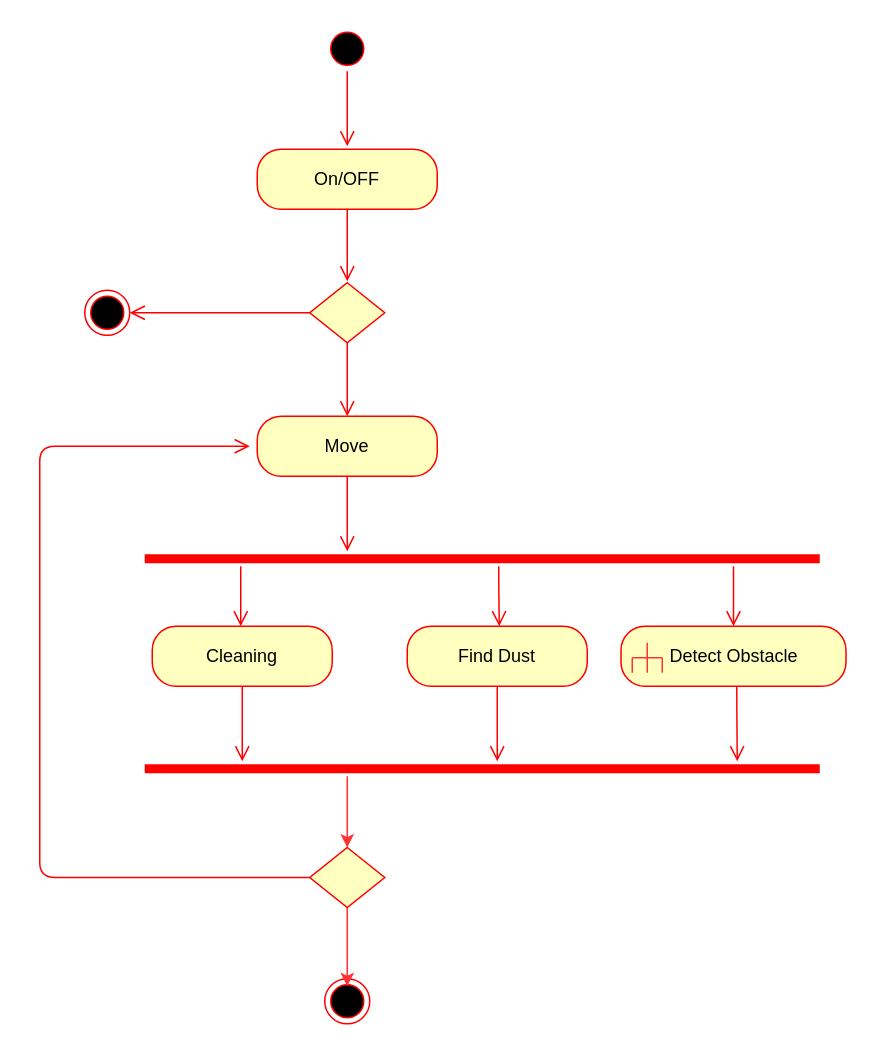
This is Diagrams/UML/Activity_main.drawio from kkchaudhary11/SmarCleaning, a draw.io file, before an edit. Source tidied: cells renumbered, new cells numbered last; positions are measured from the earlier drawing's top-left corner, leaving out a move shared by most shapes. Both pictures are drawn from the tidied source at 150%, with x=0, y=0 at pixel (39, 26).
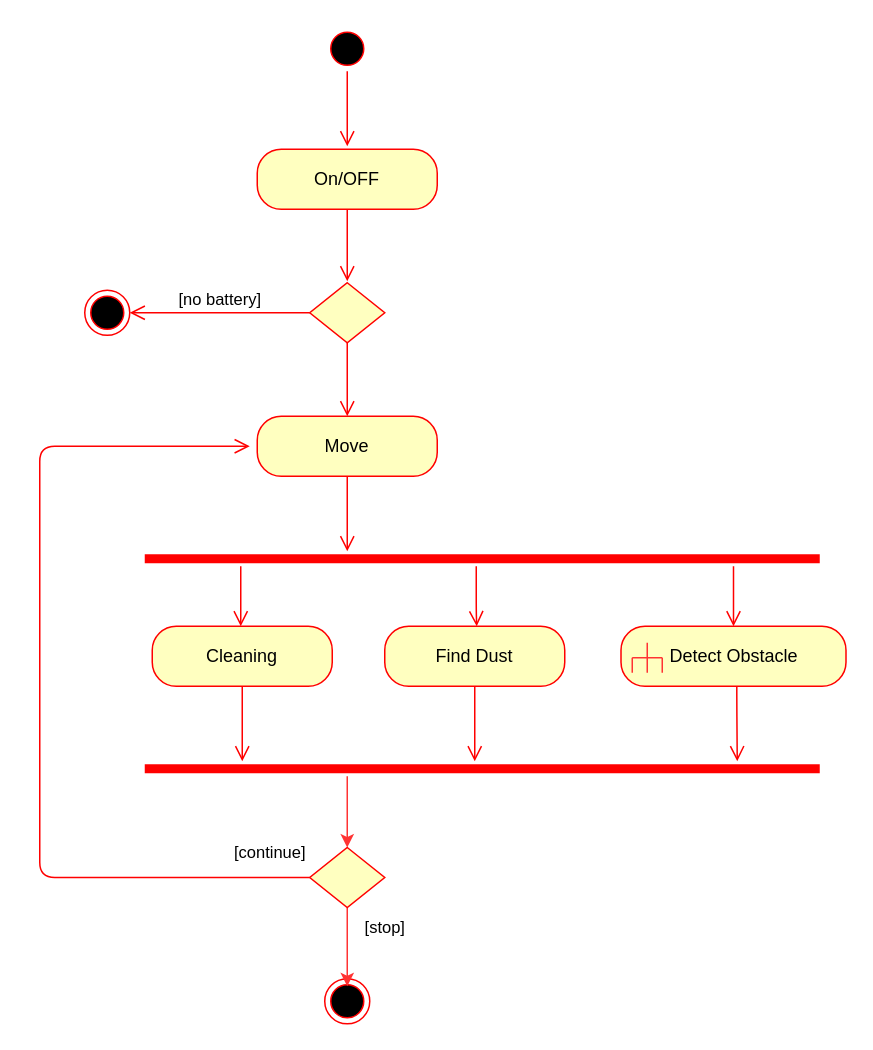
The same page after the edit.

Unchanged cells that the change refers to:
```xml
<mxCell id="6" style="rhombus;whiteSpace=wrap;html=1;fillColor=#ffffc0;strokeColor=#ff0000;" parent="1" vertex="1">
  <mxGeometry x="180" y="171" width="50" height="40" as="geometry" />
</mxCell>
<mxCell id="8" style="shape=line;html=1;strokeWidth=6;strokeColor=#ff0000;" parent="1" vertex="1">
  <mxGeometry x="70" y="350" width="450" height="10" as="geometry" />
</mxCell>
<mxCell id="21" style="rhombus;whiteSpace=wrap;html=1;fillColor=#ffffc0;strokeColor=#ff0000;" parent="1" vertex="1">
  <mxGeometry x="180" y="547.5" width="50" height="40" as="geometry" />
</mxCell>
<mxCell id="25" style="ellipse;html=1;shape=endState;fillColor=#000000;strokeColor=#ff0000;" parent="1" vertex="1">
  <mxGeometry x="30" y="176" width="30" height="30" as="geometry" />
</mxCell>
```

What changed in the source:
```diff
@@
     <mxCell id="11" style="edgeStyle=orthogonalEdgeStyle;html=1;verticalAlign=bottom;endArrow=open;endSize=8;strokeColor=#ff0000;entryX=0.511;entryY=0;entryDx=0;entryDy=0;entryPerimeter=0;" parent="1" edge="1" source="8" target="14">
       <mxGeometry relative="1" as="geometry">
         <Array as="points">
-          <mxPoint x="306" y="370" />
-          <mxPoint x="306" y="370" />
+          <mxPoint x="291" y="390" />
+          <mxPoint x="291" y="390" />
         </Array>
       </mxGeometry>
     </mxCell>
@@
     <mxCell id="14" value="Find Dust" style="rounded=1;whiteSpace=wrap;html=1;arcSize=40;fontColor=#000000;fillColor=#ffffc0;strokeColor=#ff0000;" parent="1" vertex="1">
-      <mxGeometry x="245" y="400" width="120" height="40" as="geometry" />
+      <mxGeometry x="230" y="400" width="120" height="40" as="geometry" />
     </mxCell>
     <mxCell id="15" style="edgeStyle=orthogonalEdgeStyle;html=1;verticalAlign=bottom;endArrow=open;endSize=8;strokeColor=#ff0000;" parent="1" edge="1" source="14">
       <mxGeometry relative="1" as="geometry">
-        <mxPoint x="305" y="490" as="targetPoint" />
+        <mxPoint x="290" y="490" as="targetPoint" />
+        <Array as="points">
+          <mxPoint x="290" y="490" />
+        </Array>
       </mxGeometry>
     </mxCell>
@@
-    <mxCell id="20" style="edgeStyle=orthogonalEdgeStyle;rounded=0;jettySize=auto;html=1;strokeColor=#FF3333;" parent="1" edge="1" source="21">
-      <mxGeometry relative="1" as="geometry">
+    <mxCell id="20" value="[stop]" style="edgeStyle=orthogonalEdgeStyle;rounded=0;jettySize=auto;html=1;strokeColor=#FF3333;" parent="1" edge="1" source="21">
+      <mxGeometry x="-0.52" y="25" relative="1" as="geometry">
         <mxPoint x="205" y="640" as="targetPoint" />
       </mxGeometry>
     </mxCell>
@@
-    <mxCell id="22" style="edgeStyle=orthogonalEdgeStyle;html=1;align=left;verticalAlign=bottom;endArrow=open;endSize=8;strokeColor=#ff0000;" parent="1" edge="1" source="21">
-      <mxGeometry x="-0.93" y="-10" relative="1" as="geometry">
+    <mxCell id="22" value="[continue]" style="edgeStyle=orthogonalEdgeStyle;html=1;align=left;verticalAlign=bottom;endArrow=open;endSize=8;strokeColor=#ff0000;" parent="1" edge="1" source="21">
+      <mxGeometry x="-0.83" y="-8" relative="1" as="geometry">
         <mxPoint x="140" y="280" as="targetPoint" />
         <Array as="points">
           <mxPoint y="568" />
           <mxPoint y="280" />
         </Array>
       </mxGeometry>
     </mxCell>
@@
-    <mxCell id="26" style="edgeStyle=orthogonalEdgeStyle;html=1;verticalAlign=bottom;endArrow=open;endSize=8;strokeColor=#ff0000;exitX=0;exitY=0.5;exitDx=0;exitDy=0;entryX=1;entryY=0.5;entryDx=0;entryDy=0;" parent="1" edge="1" source="6" target="25">
+    <mxCell id="26" value="[no battery]" style="edgeStyle=orthogonalEdgeStyle;html=1;verticalAlign=bottom;endArrow=open;endSize=8;strokeColor=#ff0000;exitX=0;exitY=0.5;exitDx=0;exitDy=0;entryX=1;entryY=0.5;entryDx=0;entryDy=0;" parent="1" edge="1" source="6" target="25">
       <mxGeometry relative="1" as="geometry">
         <Array as="points">
           <mxPoint x="170" y="191" />
           <mxPoint x="170" y="191" />
         </Array>
       </mxGeometry>
     </mxCell>
```
